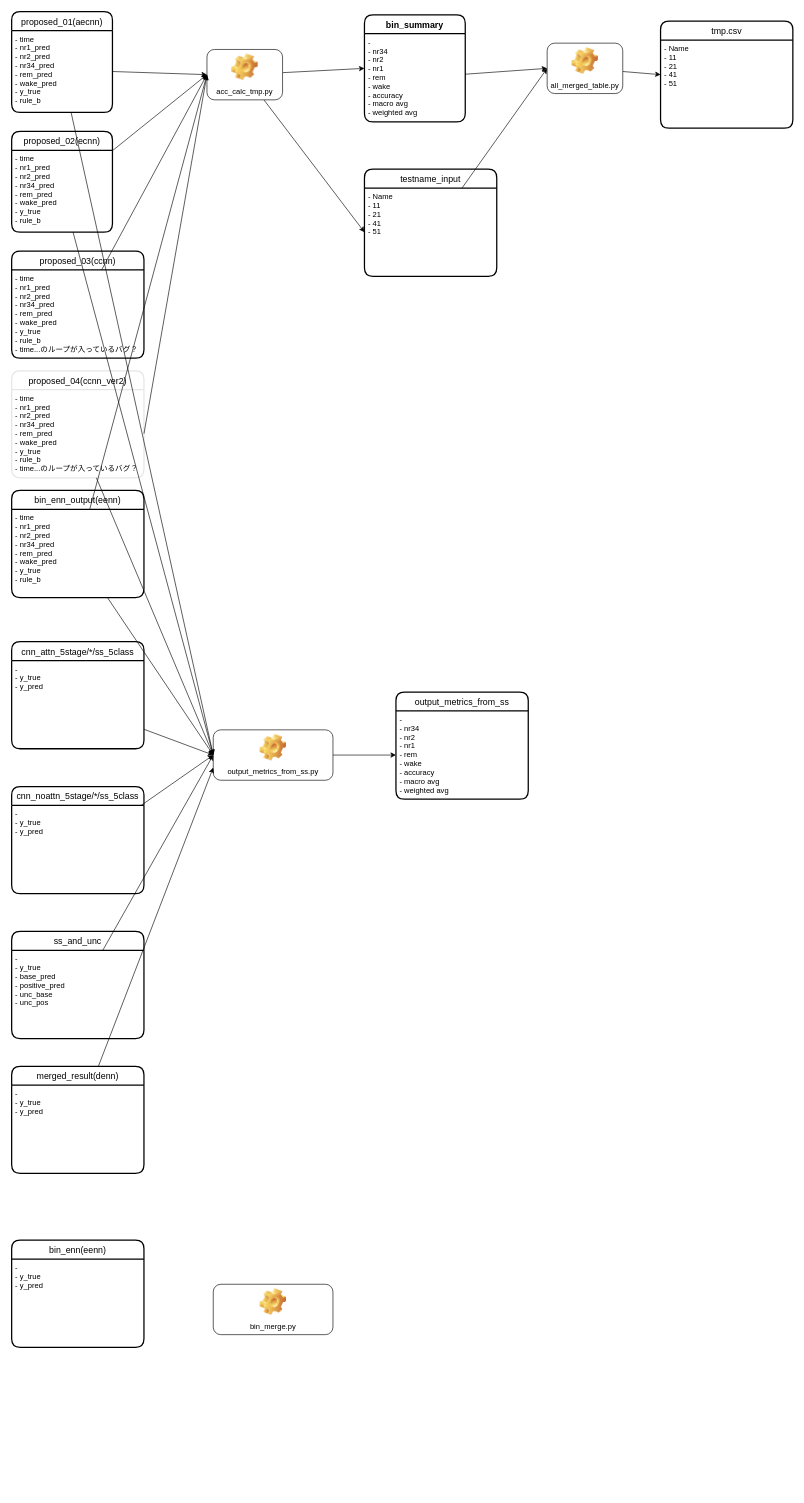
Before: er_diagram.dio in Taiki-jp/sleep_study, a draw.io diagram. Source tidied: cells renumbered, new cells numbered last; positions are measured from the earlier drawing's top-left corner, leaving out a move shared by most shapes. Both pictures are drawn from the tidied source at 63%, with x=0, y=0 at pixel (11, 11).
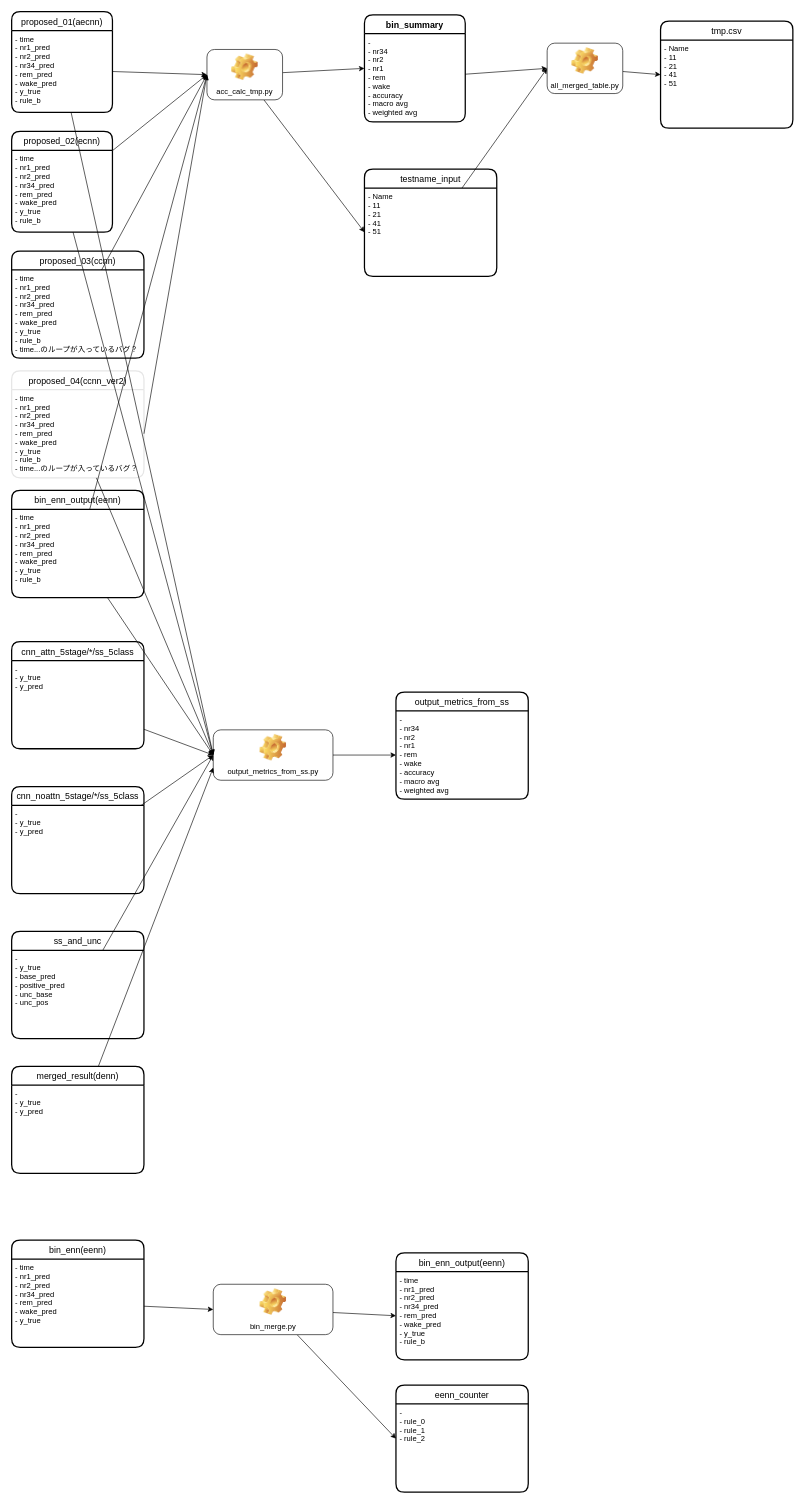
The same diagram, later.

The change refers to these unchanged cells:
```xml
<mxCell id="50" value="bin_merge.py" style="label;whiteSpace=wrap;html=1;align=center;verticalAlign=bottom;spacingLeft=0;spacingBottom=4;imageAlign=center;imageVerticalAlign=top;image=img/clipart/Gear_128x128.png;fontStyle=0;" parent="1" vertex="1">
  <mxGeometry x="320" y="2020" width="190" height="80" as="geometry" />
</mxCell>
<mxCell id="51" value="bin_enn(eenn)" style="swimlane;horizontal=1;startSize=30;rounded=1;fontSize=14;fontStyle=0;strokeWidth=2;shadow=0;dashed=0;align=center;" parent="1" vertex="1">
  <mxGeometry y="1950" width="210" height="170" as="geometry" />
</mxCell>
```

Change to the diagram source:
```diff
@@
+    <mxCell id="53" style="edgeStyle=none;html=1;entryX=0;entryY=0.5;entryDx=0;entryDy=0;" parent="1" edge="1" source="50" target="56">
+      <mxGeometry relative="1" as="geometry" />
+    </mxCell>
+    <mxCell id="54" style="edgeStyle=none;html=1;entryX=0;entryY=0.5;entryDx=0;entryDy=0;" parent="1" edge="1" source="50" target="58">
+      <mxGeometry relative="1" as="geometry" />
+    </mxCell>
@@
-    <mxCell id="52" value="- &#10;- y_true&#10;- y_pred" style="align=left;strokeColor=none;fillColor=none;spacingLeft=4;fontSize=12;verticalAlign=top;" parent="51" vertex="1">
+    <mxCell id="52" value="- time&#10;- nr1_pred&#10;- nr2_pred&#10;- nr34_pred&#10;- rem_pred&#10;- wake_pred&#10;- y_true" style="align=left;strokeColor=none;fillColor=none;spacingLeft=4;fontSize=12;verticalAlign=top;" parent="51" vertex="1">
       <mxGeometry y="30" width="210" height="140" as="geometry" />
     </mxCell>
+    <mxCell id="55" value="bin_enn_output(eenn)" style="swimlane;horizontal=1;startSize=30;rounded=1;fontSize=14;fontStyle=0;strokeWidth=2;shadow=0;dashed=0;align=center;" parent="1" vertex="1">
+      <mxGeometry x="610" y="1970" width="210" height="170" as="geometry" />
+    </mxCell>
+    <mxCell id="56" value="- time&#10;- nr1_pred&#10;- nr2_pred&#10;- nr34_pred&#10;- rem_pred&#10;- wake_pred&#10;- y_true&#10;- rule_b" style="align=left;strokeColor=none;fillColor=none;spacingLeft=4;fontSize=12;verticalAlign=top;" parent="55" vertex="1">
+      <mxGeometry y="30" width="210" height="140" as="geometry" />
+    </mxCell>
+    <mxCell id="57" style="edgeStyle=none;html=1;entryX=0;entryY=0.5;entryDx=0;entryDy=0;" parent="1" edge="1" source="52" target="50">
+      <mxGeometry relative="1" as="geometry" />
+    </mxCell>
+    <mxCell id="58" value="eenn_counter" style="swimlane;horizontal=1;startSize=30;rounded=1;fontSize=14;fontStyle=0;strokeWidth=2;shadow=0;dashed=0;align=center;" parent="1" vertex="1">
+      <mxGeometry x="610" y="2180" width="210" height="170" as="geometry" />
+    </mxCell>
+    <mxCell id="59" value="-&#10;- rule_0&#10;- rule_1&#10;- rule_2" style="align=left;strokeColor=none;fillColor=none;spacingLeft=4;fontSize=12;verticalAlign=top;" parent="58" vertex="1">
+      <mxGeometry y="30" width="210" height="140" as="geometry" />
+    </mxCell>
```
